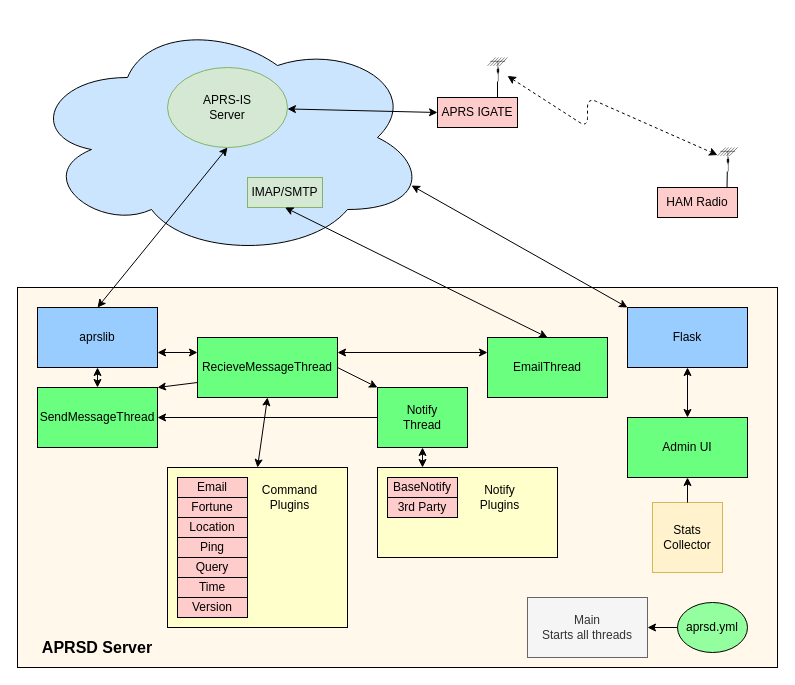
craigerl/aprsd keeps this draw.io diagram as docs/aprsd.drawio. Above is the earlier version. Source tidied: cells renumbered, new cells numbered last; positions are measured from the earlier drawing's top-left corner, leaving out a move shared by most shapes. Both pictures are drawn from the tidied source at 100%, with x=0, y=0 at pixel (17, 17).
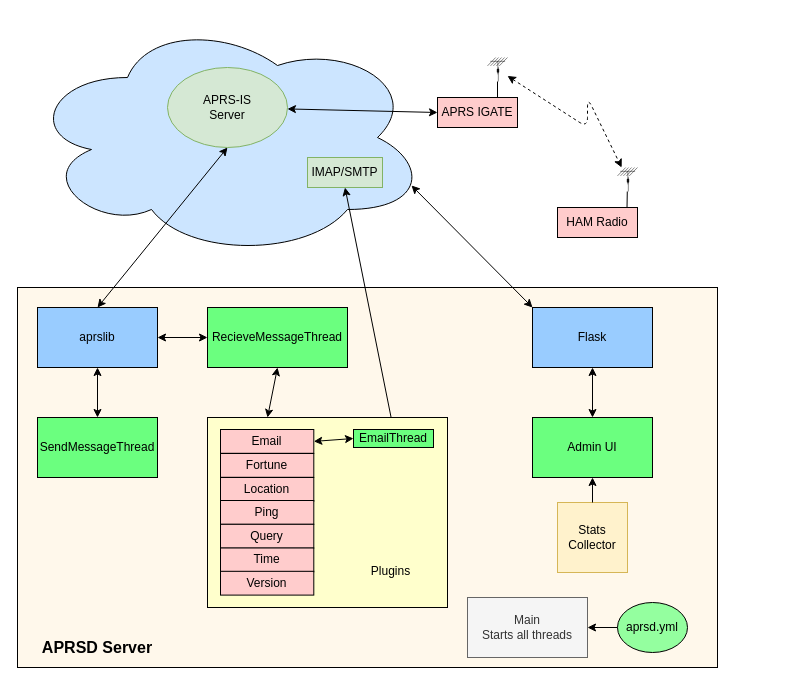
The same diagram, later.

Unchanged cells that the change refers to:
```xml
<mxCell id="15" value="aprslib" style="rounded=0;whiteSpace=wrap;html=1;fillColor=#99CCFF;" parent="1" vertex="1">
  <mxGeometry x="20" y="290" width="120" height="60" as="geometry" />
</mxCell>
```

The edit, as a diff of the source:
```diff
@@
     <mxCell id="3" style="rounded=0;whiteSpace=wrap;html=1;fillColor=#FFF8EB;" parent="1" vertex="1">
-      <mxGeometry y="270" width="760" height="380" as="geometry" />
+      <mxGeometry y="270" width="700" height="380" as="geometry" />
     </mxCell>
     <mxCell id="4" value="&lt;font style=&quot;font-size: 12px&quot;&gt;Main&lt;br&gt;Starts all threads&lt;br&gt;&lt;/font&gt;" style="rounded=0;whiteSpace=wrap;html=1;fillColor=#f5f5f5;strokeColor=#666666;fontColor=#333333;" parent="1" vertex="1">
-      <mxGeometry x="510" y="580" width="120" height="60" as="geometry" />
+      <mxGeometry x="450" y="580" width="120" height="60" as="geometry" />
     </mxCell>
     <mxCell id="5" value="SendMessageThread" style="rounded=0;whiteSpace=wrap;html=1;fillColor=#6BFF7F;" parent="1" vertex="1">
-      <mxGeometry x="20" y="370" width="120" height="60" as="geometry" />
+      <mxGeometry x="20" y="400" width="120" height="60" as="geometry" />
     </mxCell>
-    <mxCell id="6" value="EmailThread" style="rounded=0;whiteSpace=wrap;html=1;fillColor=#6BFF7F;" parent="1" vertex="1">
-      <mxGeometry x="470" y="320" width="120" height="60" as="geometry" />
-    </mxCell>
     <mxCell id="7" value="RecieveMessageThread" style="rounded=0;whiteSpace=wrap;html=1;fillColor=#6BFF7F;" parent="1" vertex="1">
-      <mxGeometry x="180" y="320" width="140" height="60" as="geometry" />
+      <mxGeometry x="190" y="290" width="140" height="60" as="geometry" />
     </mxCell>
     <mxCell id="8" value="aprsd.yml" style="ellipse;whiteSpace=wrap;html=1;fillColor=#94FF9F;" parent="1" vertex="1">
-      <mxGeometry x="660" y="585" width="70" height="50" as="geometry" />
+      <mxGeometry x="600" y="585" width="70" height="50" as="geometry" />
     </mxCell>
@@
     <mxCell id="11" value="IMAP/SMTP" style="rounded=0;whiteSpace=wrap;html=1;fillColor=#d5e8d4;strokeColor=#82b366;" parent="1" vertex="1">
-      <mxGeometry x="230" y="160" width="75" height="30" as="geometry" />
+      <mxGeometry x="290" y="140" width="75" height="30" as="geometry" />
     </mxCell>
@@
-    <mxCell id="13" style="endArrow=classic;startArrow=classic;html=1;entryX=1;entryY=0.75;entryDx=0;entryDy=0;exitX=0;exitY=0.25;exitDx=0;exitDy=0;" parent="1" edge="1" source="7" target="15">
+    <mxCell id="13" style="endArrow=classic;startArrow=classic;html=1;entryX=1;entryY=0.5;entryDx=0;entryDy=0;exitX=0;exitY=0.5;exitDx=0;exitDy=0;" parent="1" edge="1" source="7" target="15">
       <mxGeometry relative="1" as="geometry" />
     </mxCell>
@@
-    <mxCell id="18" style="endArrow=classic;startArrow=classic;html=1;entryX=0;entryY=0.25;entryDx=0;entryDy=0;exitX=1;exitY=0.25;exitDx=0;exitDy=0;" parent="1" edge="1" source="7" target="6">
-      <mxGeometry relative="1" as="geometry" />
-    </mxCell>
-    <mxCell id="19" style="endArrow=classic;startArrow=classic;html=1;exitX=0.5;exitY=1;exitDx=0;exitDy=0;entryX=0.5;entryY=0;entryDx=0;entryDy=0;" parent="1" edge="1" source="7" target="21">
+    <mxCell id="19" style="endArrow=classic;startArrow=classic;html=1;exitX=0.5;exitY=1;exitDx=0;exitDy=0;entryX=0.25;entryY=0;entryDx=0;entryDy=0;" parent="1" edge="1" source="7" target="21">
       <mxGeometry relative="1" as="geometry" />
     </mxCell>
-    <mxCell id="20" style="group;" parent="1" vertex="1">
-      <mxGeometry x="150" y="450" width="180" height="160" as="geometry" />
-    </mxCell>
-    <mxCell id="21" style="rounded=0;whiteSpace=wrap;html=1;fillColor=#FFFFCC;" parent="20" vertex="1">
-      <mxGeometry width="180" height="160" as="geometry" />
-    </mxCell>
-    <mxCell id="22" value="Email" style="rounded=0;whiteSpace=wrap;html=1;fillColor=#FFCCCC;" parent="20" vertex="1">
-      <mxGeometry x="10" y="10" width="70" height="20" as="geometry" />
-    </mxCell>
-    <mxCell id="23" value="Fortune" style="rounded=0;whiteSpace=wrap;html=1;fillColor=#FFCCCC;" parent="20" vertex="1">
-      <mxGeometry x="10" y="30" width="70" height="20" as="geometry" />
-    </mxCell>
-    <mxCell id="24" value="Location" style="rounded=0;whiteSpace=wrap;html=1;fillColor=#FFCCCC;" parent="20" vertex="1">
-      <mxGeometry x="10" y="50" width="70" height="20" as="geometry" />
-    </mxCell>
-    <mxCell id="25" value="Ping" style="rounded=0;whiteSpace=wrap;html=1;fillColor=#FFCCCC;" parent="20" vertex="1">
-      <mxGeometry x="10" y="70" width="70" height="20" as="geometry" />
-    </mxCell>
-    <mxCell id="26" value="Query" style="rounded=0;whiteSpace=wrap;html=1;fillColor=#FFCCCC;" parent="20" vertex="1">
-      <mxGeometry x="10" y="90" width="70" height="20" as="geometry" />
-    </mxCell>
-    <mxCell id="27" value="Time" style="rounded=0;whiteSpace=wrap;html=1;fillColor=#FFCCCC;" parent="20" vertex="1">
-      <mxGeometry x="10" y="110" width="70" height="20" as="geometry" />
-    </mxCell>
-    <mxCell id="28" value="Version" style="rounded=0;whiteSpace=wrap;html=1;fillColor=#FFCCCC;" parent="20" vertex="1">
-      <mxGeometry x="10" y="130" width="70" height="20" as="geometry" />
-    </mxCell>
-    <mxCell id="29" value="Command&lt;br&gt;Plugins" style="text;html=1;strokeColor=none;fillColor=none;align=center;verticalAlign=middle;whiteSpace=wrap;rounded=0;" parent="20" vertex="1">
-      <mxGeometry x="80" y="10" width="85" height="40" as="geometry" />
-    </mxCell>
@@
     <mxCell id="35" style="group;" parent="1" vertex="1">
-      <mxGeometry x="640" y="130" width="80" height="70" as="geometry" />
+      <mxGeometry x="540" y="150" width="80" height="70" as="geometry" />
     </mxCell>
@@
-    <mxCell id="40" value="Notify&lt;br&gt;Thread" style="rounded=0;whiteSpace=wrap;html=1;fillColor=#6BFF7F;" parent="1" vertex="1">
-      <mxGeometry x="360" y="370" width="90" height="60" as="geometry" />
-    </mxCell>
-    <mxCell id="41" style="group;" parent="1" vertex="1">
-      <mxGeometry x="360" y="380" width="180" height="160" as="geometry" />
-    </mxCell>
-    <mxCell id="42" style="group;" parent="41" vertex="1">
-      <mxGeometry y="70" width="180" height="90" as="geometry" />
-    </mxCell>
-    <mxCell id="43" style="rounded=0;whiteSpace=wrap;html=1;fillColor=#FFFFCC;" parent="42" vertex="1">
-      <mxGeometry width="180" height="90" as="geometry" />
-    </mxCell>
-    <mxCell id="44" value="BaseNotify" style="rounded=0;whiteSpace=wrap;html=1;fillColor=#FFCCCC;" parent="42" vertex="1">
-      <mxGeometry x="10" y="10" width="70" height="20" as="geometry" />
-    </mxCell>
-    <mxCell id="45" value="Notify &lt;br&gt;Plugins" style="text;html=1;strokeColor=none;fillColor=none;align=center;verticalAlign=middle;whiteSpace=wrap;rounded=0;" parent="42" vertex="1">
-      <mxGeometry x="80" y="10" width="85" height="40" as="geometry" />
-    </mxCell>
-    <mxCell id="46" value="3rd Party" style="rounded=0;whiteSpace=wrap;html=1;fillColor=#FFCCCC;" parent="42" vertex="1">
-      <mxGeometry x="10" y="30" width="70" height="20" as="geometry" />
-    </mxCell>
-    <mxCell id="47" style="endArrow=classic;startArrow=classic;html=1;entryX=0.25;entryY=0;entryDx=0;entryDy=0;exitX=0.5;exitY=1;exitDx=0;exitDy=0;" parent="1" edge="1" source="40" target="43">
-      <mxGeometry relative="1" as="geometry" />
-    </mxCell>
-    <mxCell id="48" style="endArrow=classic;html=1;exitX=1;exitY=0.5;exitDx=0;exitDy=0;entryX=0;entryY=0;entryDx=0;entryDy=0;" parent="1" edge="1" source="7" target="40">
-      <mxGeometry relative="1" as="geometry" />
-    </mxCell>
-    <mxCell id="49" style="endArrow=classic;html=1;exitX=0;exitY=0.75;exitDx=0;exitDy=0;entryX=1;entryY=0;entryDx=0;entryDy=0;" parent="1" edge="1" source="7" target="5">
-      <mxGeometry relative="1" as="geometry" />
-    </mxCell>
-    <mxCell id="50" style="endArrow=classic;html=1;exitX=0;exitY=0.5;exitDx=0;exitDy=0;entryX=1;entryY=0.5;entryDx=0;entryDy=0;" parent="1" edge="1" source="40" target="5">
-      <mxGeometry relative="1" as="geometry" />
-    </mxCell>
     <mxCell id="51" value="Admin UI" style="rounded=0;whiteSpace=wrap;html=1;fillColor=#6BFF7F;" parent="1" vertex="1">
-      <mxGeometry x="610" y="400" width="120" height="60" as="geometry" />
+      <mxGeometry x="515" y="400" width="120" height="60" as="geometry" />
     </mxCell>
@@
     <mxCell id="53" value="Stats Collector" style="whiteSpace=wrap;html=1;fillColor=#fff2cc;strokeColor=#d6b656;" parent="1" vertex="1">
-      <mxGeometry x="635" y="485" width="70" height="70" as="geometry" />
+      <mxGeometry x="540" y="485" width="70" height="70" as="geometry" />
     </mxCell>
     <mxCell id="54" value="Flask" style="rounded=0;whiteSpace=wrap;html=1;fillColor=#99CCFF;" parent="1" vertex="1">
-      <mxGeometry x="610" y="290" width="120" height="60" as="geometry" />
+      <mxGeometry x="515" y="290" width="120" height="60" as="geometry" />
     </mxCell>
@@
+    <mxCell id="57" style="group;rotation=0;" parent="1" vertex="1">
+      <mxGeometry x="190" y="400" width="240" height="190" as="geometry" />
+    </mxCell>
+    <mxCell id="21" style="rounded=0;whiteSpace=wrap;html=1;fillColor=#FFFFCC;rotation=0;" parent="57" vertex="1">
+      <mxGeometry width="240" height="190" as="geometry" />
+    </mxCell>
+    <mxCell id="22" value="Email" style="rounded=0;whiteSpace=wrap;html=1;fillColor=#FFCCCC;rotation=0;" parent="57" vertex="1">
+      <mxGeometry x="13" y="12" width="93.3" height="23.8" as="geometry" />
+    </mxCell>
+    <mxCell id="23" value="Fortune" style="rounded=0;whiteSpace=wrap;html=1;fillColor=#FFCCCC;rotation=0;" parent="57" vertex="1">
+      <mxGeometry x="13" y="36" width="93.3" height="23.8" as="geometry" />
+    </mxCell>
+    <mxCell id="24" value="Location" style="rounded=0;whiteSpace=wrap;html=1;fillColor=#FFCCCC;rotation=0;" parent="57" vertex="1">
+      <mxGeometry x="13" y="60" width="93.3" height="23.8" as="geometry" />
+    </mxCell>
+    <mxCell id="25" value="Ping" style="rounded=0;whiteSpace=wrap;html=1;fillColor=#FFCCCC;rotation=0;" parent="57" vertex="1">
+      <mxGeometry x="13" y="83" width="93.3" height="23.8" as="geometry" />
+    </mxCell>
+    <mxCell id="26" value="Query" style="rounded=0;whiteSpace=wrap;html=1;fillColor=#FFCCCC;rotation=0;" parent="57" vertex="1">
+      <mxGeometry x="13" y="106.8" width="93.3" height="23.8" as="geometry" />
+    </mxCell>
+    <mxCell id="27" value="Time" style="rounded=0;whiteSpace=wrap;html=1;fillColor=#FFCCCC;rotation=0;" parent="57" vertex="1">
+      <mxGeometry x="13" y="130.5" width="93.3" height="23.8" as="geometry" />
+    </mxCell>
+    <mxCell id="28" value="Version" style="rounded=0;whiteSpace=wrap;html=1;fillColor=#FFCCCC;rotation=0;" parent="57" vertex="1">
+      <mxGeometry x="13" y="153.8" width="93.3" height="23.8" as="geometry" />
+    </mxCell>
+    <mxCell id="29" value="Plugins" style="text;html=1;strokeColor=none;fillColor=none;align=center;verticalAlign=middle;whiteSpace=wrap;rounded=0;rotation=0;" parent="57" vertex="1">
+      <mxGeometry x="147" y="130" width="73.3" height="47.5" as="geometry" />
+    </mxCell>
+    <mxCell id="6" value="EmailThread" style="rounded=0;whiteSpace=wrap;html=1;fillColor=#6BFF7F;rotation=0;" parent="57" vertex="1">
+      <mxGeometry x="146" y="12" width="80" height="18" as="geometry" />
+    </mxCell>
+    <mxCell id="18" style="endArrow=classic;startArrow=classic;html=1;entryX=0;entryY=0.5;entryDx=0;entryDy=0;exitX=1;exitY=0.5;exitDx=0;exitDy=0;" parent="57" edge="1" source="22" target="6">
+      <mxGeometry relative="1" as="geometry" />
+    </mxCell>
```
